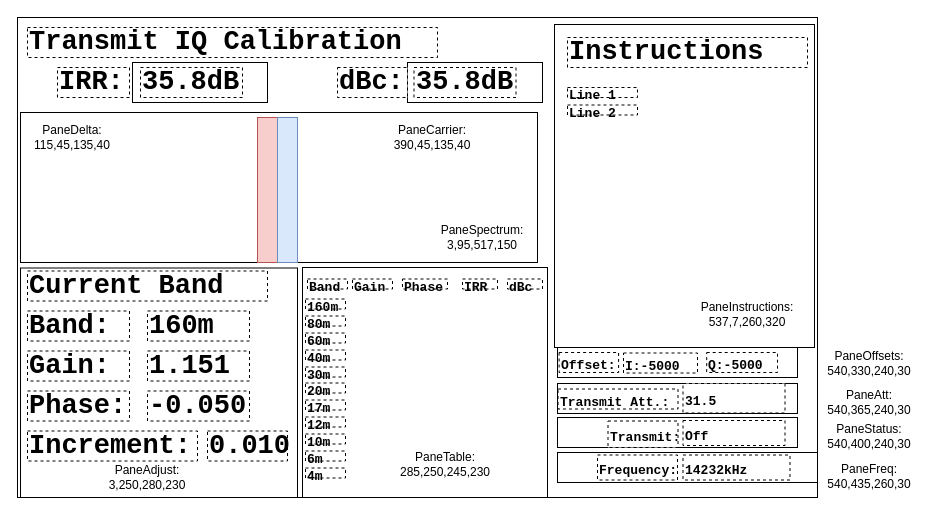
Before: page "Transmit IQ Cal" (4 of 7) of code/docs/window_panes.drawio in KI3P/Phoenix, a draw.io diagram. Source tidied: cells renumbered, new cells numbered last; positions are measured from the earlier drawing's top-left corner, leaving out a move shared by most shapes. Both pictures are drawn from the tidied source at 100%, with x=0, y=0 at pixel (17, 17).
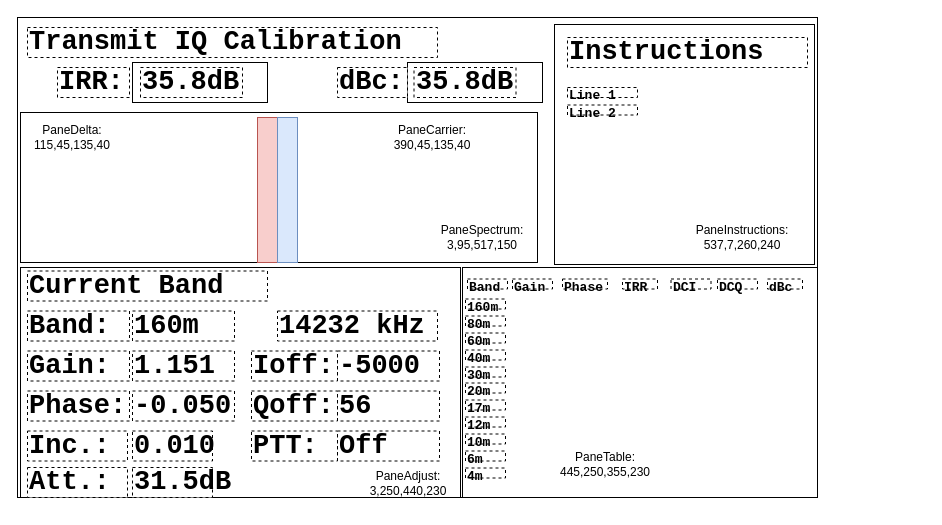
The same diagram, later.

Commit message (it also covers changes not shown here):
New window layout for TX IQ/carrier calibration

The edit, as a diff of the source:
```diff
@@
-    <mxCell id="3" style="rounded=0;whiteSpace=wrap;html=1;" parent="1" vertex="1">
-      <mxGeometry x="540" y="366" width="240" height="30" as="geometry" />
-    </mxCell>
-    <mxCell id="4" style="rounded=0;whiteSpace=wrap;html=1;" parent="1" vertex="1">
-      <mxGeometry x="540" y="330" width="240" height="30" as="geometry" />
-    </mxCell>
-    <mxCell id="5" style="rounded=0;whiteSpace=wrap;html=1;" parent="1" vertex="1">
-      <mxGeometry x="540" y="400" width="240" height="30" as="geometry" />
-    </mxCell>
@@
     <mxCell id="7" style="rounded=0;whiteSpace=wrap;html=1;" parent="1" vertex="1">
-      <mxGeometry x="285" y="250" width="245" height="230" as="geometry" />
+      <mxGeometry x="445" y="250" width="355" height="230" as="geometry" />
     </mxCell>
     <mxCell id="8" style="rounded=0;whiteSpace=wrap;html=1;" parent="1" vertex="1">
-      <mxGeometry x="3" y="250.5" width="277" height="229.5" as="geometry" />
+      <mxGeometry x="3" y="250" width="440" height="230" as="geometry" />
     </mxCell>
@@
-    <mxCell id="13" value="Increment:" style="rounded=0;whiteSpace=wrap;html=1;fontFamily=Courier New;fontSize=27;fontStyle=1;align=left;dashed=1;" parent="1" vertex="1">
-      <mxGeometry x="10" y="413.5" width="170" height="30" as="geometry" />
+    <mxCell id="13" value="Inc.:" style="rounded=0;whiteSpace=wrap;html=1;fontFamily=Courier New;fontSize=27;fontStyle=1;align=left;dashed=1;" parent="1" vertex="1">
+      <mxGeometry x="10" y="413.5" width="100" height="30" as="geometry" />
     </mxCell>
     <mxCell id="14" value="160m" style="rounded=0;whiteSpace=wrap;html=1;fontFamily=Courier New;fontSize=27;fontStyle=1;align=left;dashed=1;" parent="1" vertex="1">
-      <mxGeometry x="130" y="293.5" width="102" height="30" as="geometry" />
+      <mxGeometry x="115" y="293.5" width="102" height="30" as="geometry" />
     </mxCell>
     <mxCell id="15" value="1.151" style="rounded=0;whiteSpace=wrap;html=1;fontFamily=Courier New;fontSize=27;fontStyle=1;align=left;dashed=1;" parent="1" vertex="1">
-      <mxGeometry x="130" y="333.5" width="102" height="30" as="geometry" />
+      <mxGeometry x="115" y="333.5" width="102" height="30" as="geometry" />
     </mxCell>
     <mxCell id="16" value="-0.050" style="rounded=0;whiteSpace=wrap;html=1;fontFamily=Courier New;fontSize=27;fontStyle=1;align=left;dashed=1;" parent="1" vertex="1">
-      <mxGeometry x="130" y="373.5" width="102" height="30" as="geometry" />
+      <mxGeometry x="115" y="373.5" width="102" height="30" as="geometry" />
     </mxCell>
     <mxCell id="17" value="0.010" style="rounded=0;whiteSpace=wrap;html=1;fontFamily=Courier New;fontSize=27;fontStyle=1;align=left;dashed=1;" parent="1" vertex="1">
-      <mxGeometry x="190" y="413.5" width="80" height="30" as="geometry" />
+      <mxGeometry x="115" y="413.5" width="80" height="30" as="geometry" />
     </mxCell>
@@
     <mxCell id="19" value="&lt;font style=&quot;font-size: 13px;&quot;&gt;Band&lt;/font&gt;" style="rounded=0;whiteSpace=wrap;html=1;fontFamily=Courier New;fontSize=27;fontStyle=1;align=left;dashed=1;" parent="1" vertex="1">
-      <mxGeometry x="290" y="261.5" width="40" height="10" as="geometry" />
+      <mxGeometry x="450" y="261.5" width="40" height="10" as="geometry" />
     </mxCell>
     <mxCell id="20" value="&lt;font style=&quot;font-size: 13px;&quot;&gt;Gain&lt;/font&gt;" style="rounded=0;whiteSpace=wrap;html=1;fontFamily=Courier New;fontSize=27;fontStyle=1;align=left;dashed=1;" parent="1" vertex="1">
-      <mxGeometry x="335" y="261.5" width="40" height="10" as="geometry" />
+      <mxGeometry x="495" y="261.5" width="40" height="10" as="geometry" />
     </mxCell>
     <mxCell id="21" value="&lt;font style=&quot;font-size: 13px;&quot;&gt;Phase&lt;/font&gt;" style="rounded=0;whiteSpace=wrap;html=1;fontFamily=Courier New;fontSize=27;fontStyle=1;align=left;dashed=1;" parent="1" vertex="1">
-      <mxGeometry x="385" y="261.5" width="45" height="10" as="geometry" />
+      <mxGeometry x="545" y="261.5" width="45" height="10" as="geometry" />
     </mxCell>
     <mxCell id="22" value="&lt;font style=&quot;font-size: 13px;&quot;&gt;160m&lt;/font&gt;" style="rounded=0;whiteSpace=wrap;html=1;fontFamily=Courier New;fontSize=27;fontStyle=1;align=left;dashed=1;" parent="1" vertex="1">
-      <mxGeometry x="288" y="281.5" width="40" height="10" as="geometry" />
+      <mxGeometry x="448" y="281.5" width="40" height="10" as="geometry" />
     </mxCell>
     <mxCell id="23" value="&lt;font style=&quot;font-size: 13px;&quot;&gt;80m&lt;/font&gt;" style="rounded=0;whiteSpace=wrap;html=1;fontFamily=Courier New;fontSize=27;fontStyle=1;align=left;dashed=1;" parent="1" vertex="1">
-      <mxGeometry x="288" y="298.5" width="40" height="10" as="geometry" />
+      <mxGeometry x="448" y="298.5" width="40" height="10" as="geometry" />
     </mxCell>
     <mxCell id="24" value="&lt;font style=&quot;font-size: 13px;&quot;&gt;60m&lt;/font&gt;" style="rounded=0;whiteSpace=wrap;html=1;fontFamily=Courier New;fontSize=27;fontStyle=1;align=left;dashed=1;" parent="1" vertex="1">
-      <mxGeometry x="288" y="315.5" width="40" height="10" as="geometry" />
+      <mxGeometry x="448" y="315.5" width="40" height="10" as="geometry" />
     </mxCell>
     <mxCell id="25" value="&lt;font style=&quot;font-size: 13px;&quot;&gt;40m&lt;/font&gt;" style="rounded=0;whiteSpace=wrap;html=1;fontFamily=Courier New;fontSize=27;fontStyle=1;align=left;dashed=1;" parent="1" vertex="1">
-      <mxGeometry x="288" y="332.5" width="40" height="10" as="geometry" />
+      <mxGeometry x="448" y="332.5" width="40" height="10" as="geometry" />
     </mxCell>
     <mxCell id="26" value="&lt;font style=&quot;font-size: 13px;&quot;&gt;30m&lt;/font&gt;" style="rounded=0;whiteSpace=wrap;html=1;fontFamily=Courier New;fontSize=27;fontStyle=1;align=left;dashed=1;" parent="1" vertex="1">
-      <mxGeometry x="288" y="349.5" width="40" height="10" as="geometry" />
+      <mxGeometry x="448" y="349.5" width="40" height="10" as="geometry" />
     </mxCell>
     <mxCell id="27" value="&lt;font style=&quot;font-size: 13px;&quot;&gt;20m&lt;/font&gt;" style="rounded=0;whiteSpace=wrap;html=1;fontFamily=Courier New;fontSize=27;fontStyle=1;align=left;dashed=1;" parent="1" vertex="1">
-      <mxGeometry x="288" y="365.5" width="40" height="10" as="geometry" />
+      <mxGeometry x="448" y="365.5" width="40" height="10" as="geometry" />
     </mxCell>
     <mxCell id="28" value="&lt;font style=&quot;font-size: 13px;&quot;&gt;17m&lt;/font&gt;" style="rounded=0;whiteSpace=wrap;html=1;fontFamily=Courier New;fontSize=27;fontStyle=1;align=left;dashed=1;" parent="1" vertex="1">
-      <mxGeometry x="288" y="382.5" width="40" height="10" as="geometry" />
+      <mxGeometry x="448" y="382.5" width="40" height="10" as="geometry" />
     </mxCell>
     <mxCell id="29" value="&lt;font style=&quot;font-size: 13px;&quot;&gt;12m&lt;/font&gt;" style="rounded=0;whiteSpace=wrap;html=1;fontFamily=Courier New;fontSize=27;fontStyle=1;align=left;dashed=1;" parent="1" vertex="1">
-      <mxGeometry x="288" y="399.5" width="40" height="10" as="geometry" />
+      <mxGeometry x="448" y="399.5" width="40" height="10" as="geometry" />
     </mxCell>
     <mxCell id="30" value="&lt;font style=&quot;font-size: 13px;&quot;&gt;10m&lt;/font&gt;" style="rounded=0;whiteSpace=wrap;html=1;fontFamily=Courier New;fontSize=27;fontStyle=1;align=left;dashed=1;" parent="1" vertex="1">
-      <mxGeometry x="288" y="416.5" width="40" height="10" as="geometry" />
+      <mxGeometry x="448" y="416.5" width="40" height="10" as="geometry" />
     </mxCell>
     <mxCell id="31" value="&lt;font style=&quot;font-size: 13px;&quot;&gt;6m&lt;/font&gt;" style="rounded=0;whiteSpace=wrap;html=1;fontFamily=Courier New;fontSize=27;fontStyle=1;align=left;dashed=1;" parent="1" vertex="1">
-      <mxGeometry x="288" y="433.5" width="40" height="10" as="geometry" />
+      <mxGeometry x="448" y="433.5" width="40" height="10" as="geometry" />
     </mxCell>
     <mxCell id="32" value="&lt;font style=&quot;font-size: 13px;&quot;&gt;4m&lt;/font&gt;" style="rounded=0;whiteSpace=wrap;html=1;fontFamily=Courier New;fontSize=27;fontStyle=1;align=left;dashed=1;" parent="1" vertex="1">
-      <mxGeometry x="288" y="450.5" width="40" height="10" as="geometry" />
+      <mxGeometry x="448" y="450.5" width="40" height="10" as="geometry" />
     </mxCell>
     <mxCell id="33" style="rounded=0;whiteSpace=wrap;html=1;" parent="1" vertex="1">
-      <mxGeometry x="537" y="7" width="260" height="323" as="geometry" />
+      <mxGeometry x="537" y="7" width="260" height="240" as="geometry" />
     </mxCell>
@@
-    <mxCell id="37" value="PaneInstructions: 537,7,260,320" style="text;html=1;whiteSpace=wrap;strokeColor=none;fillColor=none;align=center;verticalAlign=middle;rounded=0;" parent="1" vertex="1">
-      <mxGeometry x="660" y="271.5" width="140" height="50" as="geometry" />
+    <mxCell id="37" value="PaneInstructions: 537,7,260,240" style="text;html=1;whiteSpace=wrap;strokeColor=none;fillColor=none;align=center;verticalAlign=middle;rounded=0;" parent="1" vertex="1">
+      <mxGeometry x="654.6" y="195" width="140" height="50" as="geometry" />
     </mxCell>
-    <mxCell id="38" value="PaneTable: 285,250,245,230" style="text;html=1;whiteSpace=wrap;strokeColor=none;fillColor=none;align=center;verticalAlign=middle;rounded=0;" parent="1" vertex="1">
-      <mxGeometry x="373" y="421.5" width="110" height="50" as="geometry" />
+    <mxCell id="38" value="PaneTable: 445,250,355,230" style="text;html=1;whiteSpace=wrap;strokeColor=none;fillColor=none;align=center;verticalAlign=middle;rounded=0;" parent="1" vertex="1">
+      <mxGeometry x="533" y="421.5" width="110" height="50" as="geometry" />
     </mxCell>
-    <mxCell id="39" value="PaneAdjust: 3,250,280,230" style="text;html=1;whiteSpace=wrap;strokeColor=none;fillColor=none;align=center;verticalAlign=middle;rounded=0;" parent="1" vertex="1">
-      <mxGeometry x="75" y="435" width="110" height="50" as="geometry" />
+    <mxCell id="39" value="PaneAdjust: 3,250,440,230" style="text;html=1;whiteSpace=wrap;strokeColor=none;fillColor=none;align=center;verticalAlign=middle;rounded=0;" parent="1" vertex="1">
+      <mxGeometry x="336" y="440.5" width="110" height="50" as="geometry" />
     </mxCell>
-    <mxCell id="40" value="&lt;font style=&quot;font-size: 13px;&quot;&gt;Transmit Att.:&lt;/font&gt;" style="rounded=0;whiteSpace=wrap;html=1;fontFamily=Courier New;fontSize=27;fontStyle=1;align=left;dashed=1;" parent="1" vertex="1">
-      <mxGeometry x="540.5" y="371.5" width="120" height="20" as="geometry" />
-    </mxCell>
-    <mxCell id="41" value="&lt;font style=&quot;font-size: 13px;&quot;&gt;31.5&lt;/font&gt;" style="rounded=0;whiteSpace=wrap;html=1;fontFamily=Courier New;fontSize=27;fontStyle=1;align=left;dashed=1;" parent="1" vertex="1">
-      <mxGeometry x="665.5" y="366" width="102" height="29.5" as="geometry" />
-    </mxCell>
-    <mxCell id="42" value="PaneAtt: 540,365,240,3&lt;span style=&quot;background-color: transparent; color: light-dark(rgb(0, 0, 0), rgb(255, 255, 255));&quot;&gt;0&lt;/span&gt;" style="text;html=1;whiteSpace=wrap;strokeColor=none;fillColor=none;align=center;verticalAlign=middle;rounded=0;" parent="1" vertex="1">
-      <mxGeometry x="797" y="359.5" width="110" height="50" as="geometry" />
-    </mxCell>
-    <mxCell id="43" value="&lt;font style=&quot;font-size: 13px;&quot;&gt;Transmit:&lt;/font&gt;" style="rounded=0;whiteSpace=wrap;html=1;fontFamily=Courier New;fontSize=27;fontStyle=1;align=left;dashed=1;" parent="1" vertex="1">
-      <mxGeometry x="590.5" y="403.5" width="70" height="26.5" as="geometry" />
-    </mxCell>
-    <mxCell id="44" value="&lt;font style=&quot;font-size: 13px;&quot;&gt;Off&lt;/font&gt;" style="rounded=0;whiteSpace=wrap;html=1;fontFamily=Courier New;fontSize=27;fontStyle=1;align=left;dashed=1;" parent="1" vertex="1">
-      <mxGeometry x="665.5" y="403" width="102" height="25" as="geometry" />
-    </mxCell>
-    <mxCell id="45" value="PaneStatus: 540,400,240,30" style="text;html=1;whiteSpace=wrap;strokeColor=none;fillColor=none;align=center;verticalAlign=middle;rounded=0;" parent="1" vertex="1">
-      <mxGeometry x="797" y="393.5" width="110" height="50" as="geometry" />
-    </mxCell>
-    <mxCell id="46" style="rounded=0;whiteSpace=wrap;html=1;" parent="1" vertex="1">
-      <mxGeometry x="540" y="435" width="260" height="30" as="geometry" />
-    </mxCell>
-    <mxCell id="47" value="&lt;font style=&quot;font-size: 13px;&quot;&gt;Frequency:&lt;/font&gt;" style="rounded=0;whiteSpace=wrap;html=1;fontFamily=Courier New;fontSize=27;fontStyle=1;align=left;dashed=1;" parent="1" vertex="1">
-      <mxGeometry x="580" y="437.5" width="80" height="25" as="geometry" />
-    </mxCell>
-    <mxCell id="48" value="PaneFreq: 540,435&lt;span style=&quot;background-color: transparent; color: light-dark(rgb(0, 0, 0), rgb(255, 255, 255));&quot;&gt;,260,30&lt;/span&gt;" style="text;html=1;whiteSpace=wrap;strokeColor=none;fillColor=none;align=center;verticalAlign=middle;rounded=0;" parent="1" vertex="1">
-      <mxGeometry x="797" y="433.5" width="110" height="50" as="geometry" />
-    </mxCell>
-    <mxCell id="49" value="&lt;font style=&quot;font-size: 13px;&quot;&gt;14232kHz&lt;/font&gt;" style="rounded=0;whiteSpace=wrap;html=1;fontFamily=Courier New;fontSize=27;fontStyle=1;align=left;dashed=1;" parent="1" vertex="1">
-      <mxGeometry x="665.5" y="437.5" width="107" height="25" as="geometry" />
-    </mxCell>
@@
-    <mxCell id="61" value="PaneOffsets: 540,330,240,3&lt;span style=&quot;background-color: transparent; color: light-dark(rgb(0, 0, 0), rgb(255, 255, 255));&quot;&gt;0&lt;/span&gt;" style="text;html=1;whiteSpace=wrap;strokeColor=none;fillColor=none;align=center;verticalAlign=middle;rounded=0;" parent="1" vertex="1">
-      <mxGeometry x="797" y="320.5" width="110" height="50" as="geometry" />
-    </mxCell>
-    <mxCell id="62" value="&lt;font style=&quot;font-size: 13px;&quot;&gt;Offset:&lt;/font&gt;" style="rounded=0;whiteSpace=wrap;html=1;fontFamily=Courier New;fontSize=27;fontStyle=1;align=left;dashed=1;" parent="1" vertex="1">
-      <mxGeometry x="541.6" y="335" width="59.5" height="20" as="geometry" />
-    </mxCell>
-    <mxCell id="63" value="&lt;font style=&quot;font-size: 13px;&quot;&gt;Q:-5000&lt;/font&gt;" style="rounded=0;whiteSpace=wrap;html=1;fontFamily=Courier New;fontSize=27;fontStyle=1;align=left;dashed=1;" parent="1" vertex="1">
-      <mxGeometry x="689.2" y="335" width="70.8" height="20" as="geometry" />
-    </mxCell>
-    <mxCell id="64" value="&lt;font style=&quot;font-size: 13px;&quot;&gt;I:-5000&lt;/font&gt;" style="rounded=0;whiteSpace=wrap;html=1;fontFamily=Courier New;fontSize=27;fontStyle=1;align=left;dashed=1;" parent="1" vertex="1">
-      <mxGeometry x="606" y="335.5" width="74" height="20" as="geometry" />
-    </mxCell>
     <mxCell id="65" value="&lt;font style=&quot;font-size: 13px;&quot;&gt;IRR&lt;/font&gt;" style="rounded=0;whiteSpace=wrap;html=1;fontFamily=Courier New;fontSize=27;fontStyle=1;align=left;dashed=1;" parent="1" vertex="1">
-      <mxGeometry x="445" y="261.5" width="35" height="10" as="geometry" />
+      <mxGeometry x="605" y="261.5" width="35" height="10" as="geometry" />
     </mxCell>
     <mxCell id="66" value="&lt;font style=&quot;font-size: 13px;&quot;&gt;dBc&lt;/font&gt;" style="rounded=0;whiteSpace=wrap;html=1;fontFamily=Courier New;fontSize=27;fontStyle=1;align=left;dashed=1;" parent="1" vertex="1">
-      <mxGeometry x="490" y="261.5" width="35" height="10" as="geometry" />
+      <mxGeometry x="750" y="261.5" width="35" height="10" as="geometry" />
     </mxCell>
+    <mxCell id="67" value="&lt;font style=&quot;font-size: 13px;&quot;&gt;DCI&lt;/font&gt;" style="rounded=0;whiteSpace=wrap;html=1;fontFamily=Courier New;fontSize=27;fontStyle=1;align=left;dashed=1;" parent="1" vertex="1">
+      <mxGeometry x="653.5" y="261.5" width="40" height="10" as="geometry" />
+    </mxCell>
+    <mxCell id="68" value="&lt;font style=&quot;font-size: 13px;&quot;&gt;DCQ&lt;/font&gt;" style="rounded=0;whiteSpace=wrap;html=1;fontFamily=Courier New;fontSize=27;fontStyle=1;align=left;dashed=1;" parent="1" vertex="1">
+      <mxGeometry x="700" y="261.5" width="40" height="10" as="geometry" />
+    </mxCell>
+    <mxCell id="69" value="Att.:" style="rounded=0;whiteSpace=wrap;html=1;fontFamily=Courier New;fontSize=27;fontStyle=1;align=left;dashed=1;" parent="1" vertex="1">
+      <mxGeometry x="10" y="450" width="100" height="30" as="geometry" />
+    </mxCell>
+    <mxCell id="70" value="31.5dB" style="rounded=0;whiteSpace=wrap;html=1;fontFamily=Courier New;fontSize=27;fontStyle=1;align=left;dashed=1;" parent="1" vertex="1">
+      <mxGeometry x="115" y="450" width="80" height="30" as="geometry" />
+    </mxCell>
+    <mxCell id="71" value="14232 kHz" style="rounded=0;whiteSpace=wrap;html=1;fontFamily=Courier New;fontSize=27;fontStyle=1;align=left;dashed=1;" parent="1" vertex="1">
+      <mxGeometry x="260" y="293.5" width="160" height="30" as="geometry" />
+    </mxCell>
+    <mxCell id="72" value="PTT:" style="rounded=0;whiteSpace=wrap;html=1;fontFamily=Courier New;fontSize=27;fontStyle=1;align=left;dashed=1;" parent="1" vertex="1">
+      <mxGeometry x="234" y="413.5" width="86" height="30" as="geometry" />
+    </mxCell>
+    <mxCell id="44" value="Off" style="rounded=0;whiteSpace=wrap;html=1;fontFamily=Courier New;fontSize=27;fontStyle=1;align=left;dashed=1;" parent="1" vertex="1">
+      <mxGeometry x="320" y="413.5" width="102" height="30" as="geometry" />
+    </mxCell>
+    <mxCell id="73" value="Ioff:" style="rounded=0;whiteSpace=wrap;html=1;fontFamily=Courier New;fontSize=27;fontStyle=1;align=left;dashed=1;" parent="1" vertex="1">
+      <mxGeometry x="234" y="333.5" width="86" height="30" as="geometry" />
+    </mxCell>
+    <mxCell id="74" value="Qoff:" style="rounded=0;whiteSpace=wrap;html=1;fontFamily=Courier New;fontSize=27;fontStyle=1;align=left;dashed=1;" parent="1" vertex="1">
+      <mxGeometry x="234" y="373.5" width="86" height="30" as="geometry" />
+    </mxCell>
+    <mxCell id="75" value="-5000" style="rounded=0;whiteSpace=wrap;html=1;fontFamily=Courier New;fontSize=27;fontStyle=1;align=left;dashed=1;" parent="1" vertex="1">
+      <mxGeometry x="320" y="333.5" width="102" height="30" as="geometry" />
+    </mxCell>
+    <mxCell id="76" value="56" style="rounded=0;whiteSpace=wrap;html=1;fontFamily=Courier New;fontSize=27;fontStyle=1;align=left;dashed=1;" parent="1" vertex="1">
+      <mxGeometry x="320" y="373.5" width="102" height="30" as="geometry" />
+    </mxCell>
```
